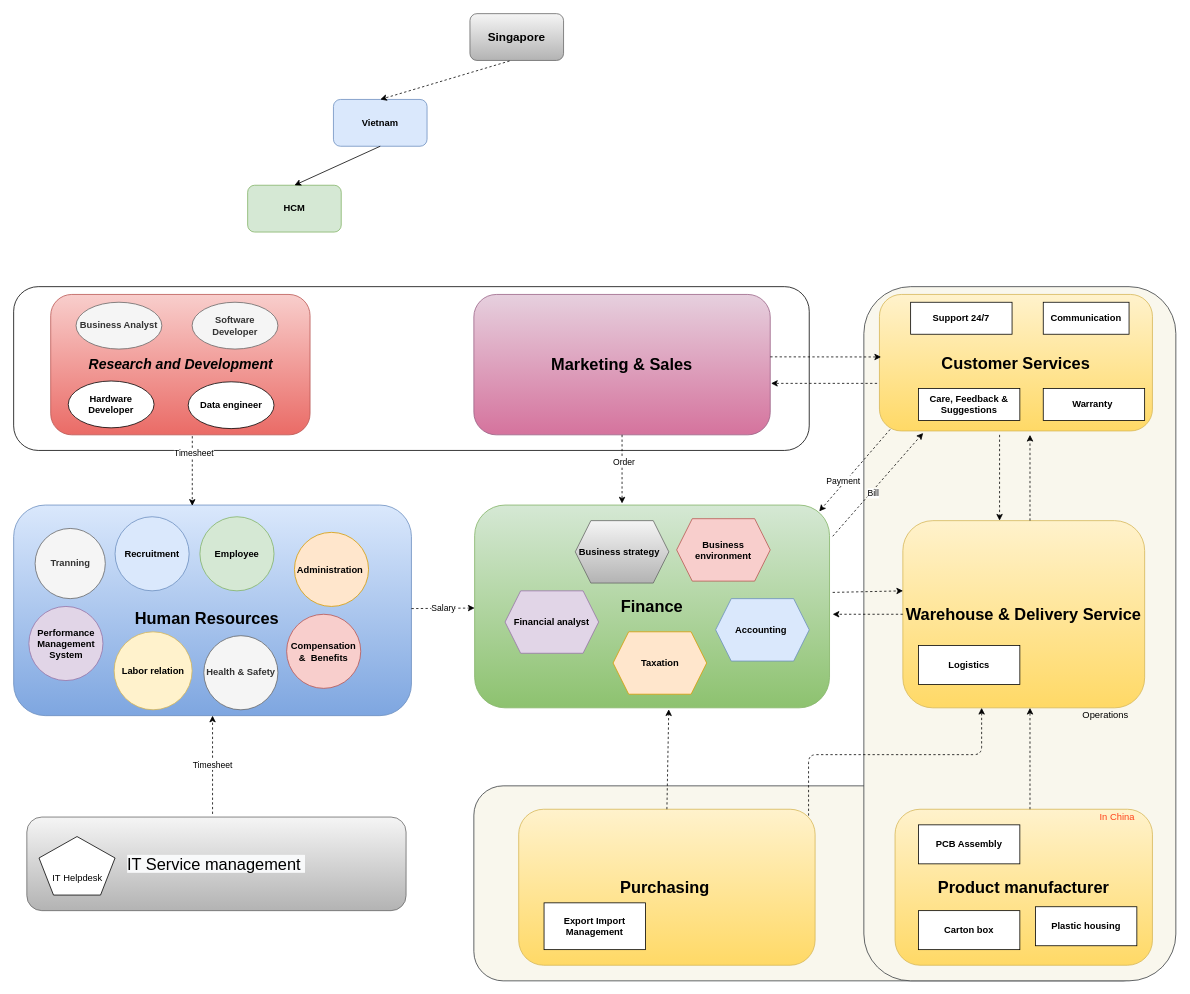
Before: page "Org_Chart" (1 of 11) of 04_docs/Department_Organizational_chart.drawio in letrthong/business, a draw.io diagram. Source tidied: cells renumbered, new cells numbered last; positions are measured from the earlier drawing's top-left corner, leaving out a move shared by most shapes. Both pictures are drawn from the tidied source at 78%, with x=0, y=0 at pixel (13, 13).
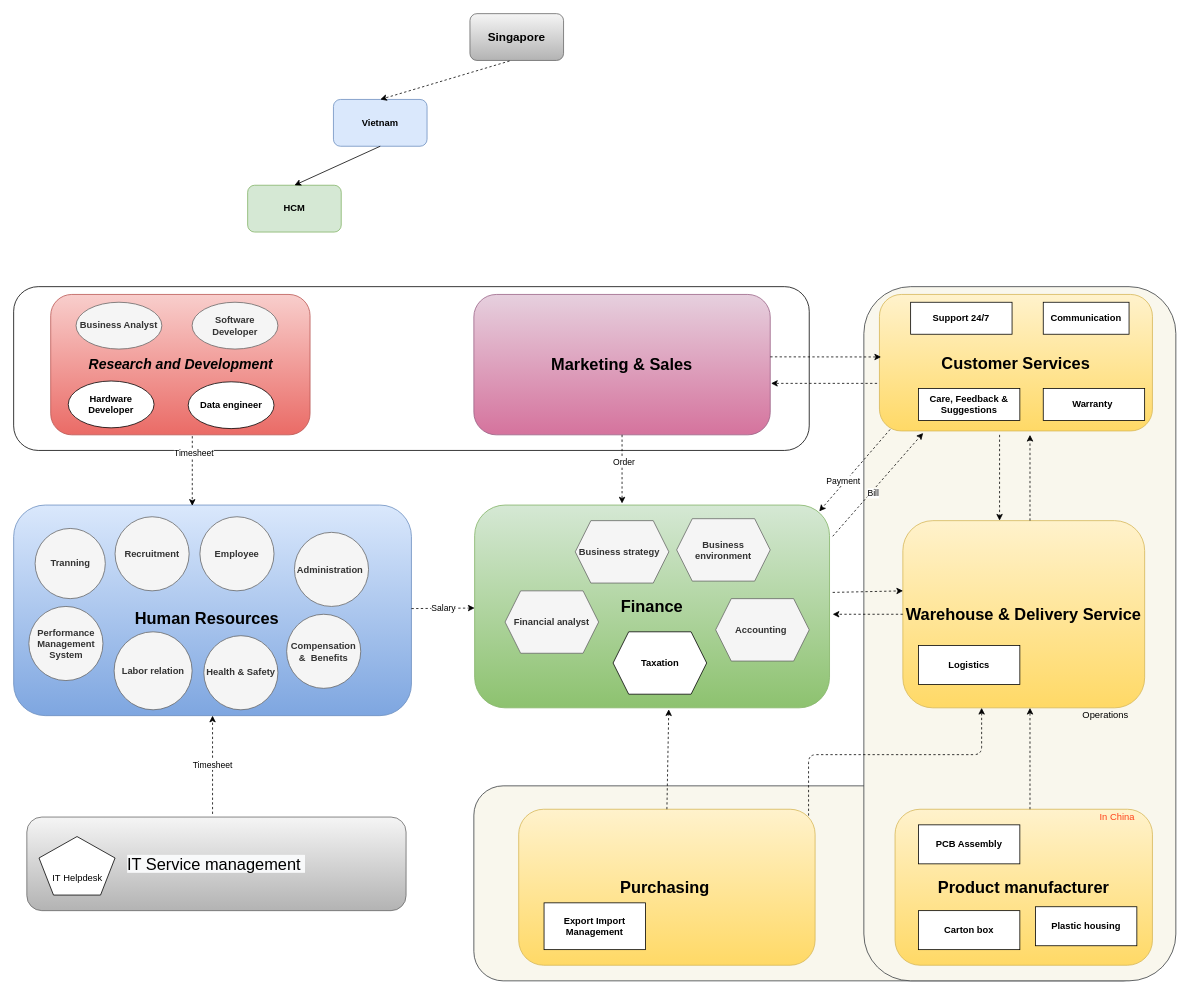
The same page after the edit.

Change to the diagram source:
```diff
@@
-    <mxCell id="18" value="&lt;span&gt;&lt;b&gt;Recruitment&lt;/b&gt;&lt;/span&gt;" style="ellipse;whiteSpace=wrap;html=1;fillColor=#dae8fc;strokeColor=#6c8ebf;" parent="1" vertex="1">
+    <mxCell id="18" value="&lt;span&gt;&lt;b&gt;Recruitment&lt;/b&gt;&lt;/span&gt;" style="ellipse;whiteSpace=wrap;html=1;fillColor=#f5f5f5;strokeColor=#666666;fontColor=#333333;" parent="1" vertex="1">
       <mxGeometry x="130" y="645" width="95" height="95" as="geometry" />
     </mxCell>
@@
-    <mxCell id="20" value="&lt;b&gt;Performance Management System&lt;/b&gt;" style="ellipse;whiteSpace=wrap;html=1;fillColor=#e1d5e7;strokeColor=#9673a6;" parent="1" vertex="1">
+    <mxCell id="20" value="&lt;b&gt;Performance Management System&lt;/b&gt;" style="ellipse;whiteSpace=wrap;html=1;fillColor=#f5f5f5;strokeColor=#666666;fontColor=#333333;" parent="1" vertex="1">
       <mxGeometry x="19.5" y="760" width="95" height="95" as="geometry" />
     </mxCell>
-    <mxCell id="21" value="&lt;b&gt;Labor relation&lt;/b&gt;" style="ellipse;whiteSpace=wrap;html=1;fillColor=#fff2cc;strokeColor=#d6b656;" parent="1" vertex="1">
+    <mxCell id="21" value="&lt;b&gt;Labor relation&lt;/b&gt;" style="ellipse;whiteSpace=wrap;html=1;fillColor=#f5f5f5;strokeColor=#666666;fontColor=#333333;" parent="1" vertex="1">
       <mxGeometry x="128.8" y="792.5" width="100" height="100" as="geometry" />
     </mxCell>
-    <mxCell id="22" value="&lt;b&gt;Administration&amp;nbsp;&lt;/b&gt;" style="ellipse;whiteSpace=wrap;html=1;fillColor=#ffe6cc;strokeColor=#d79b00;" parent="1" vertex="1">
+    <mxCell id="22" value="&lt;b&gt;Administration&amp;nbsp;&lt;/b&gt;" style="ellipse;whiteSpace=wrap;html=1;fillColor=#f5f5f5;strokeColor=#666666;fontColor=#333333;" parent="1" vertex="1">
       <mxGeometry x="360" y="665" width="95" height="95" as="geometry" />
     </mxCell>
@@
-    <mxCell id="47" value="&lt;span&gt;&lt;b&gt;Accounting&amp;nbsp;&lt;/b&gt;&lt;/span&gt;" style="shape=hexagon;perimeter=hexagonPerimeter2;whiteSpace=wrap;html=1;fixedSize=1;fillColor=#dae8fc;strokeColor=#6c8ebf;" parent="1" vertex="1">
+    <mxCell id="47" value="&lt;span&gt;&lt;b&gt;Accounting&amp;nbsp;&lt;/b&gt;&lt;/span&gt;" style="shape=hexagon;perimeter=hexagonPerimeter2;whiteSpace=wrap;html=1;fixedSize=1;fillColor=#f5f5f5;strokeColor=#666666;fontColor=#333333;" parent="1" vertex="1">
       <mxGeometry x="900" y="750" width="120" height="80" as="geometry" />
     </mxCell>
-    <mxCell id="48" value="&lt;span&gt;&lt;b&gt;Taxation&lt;/b&gt;&lt;/span&gt;" style="shape=hexagon;perimeter=hexagonPerimeter2;whiteSpace=wrap;html=1;fixedSize=1;fillColor=#ffe6cc;strokeColor=#d79b00;" parent="1" vertex="1">
+    <mxCell id="48" value="&lt;span&gt;&lt;b&gt;Taxation&lt;/b&gt;&lt;/span&gt;" style="shape=hexagon;perimeter=hexagonPerimeter2;whiteSpace=wrap;html=1;fixedSize=1;" parent="1" vertex="1">
       <mxGeometry x="768.5" y="792.5" width="120" height="80" as="geometry" />
     </mxCell>
-    <mxCell id="49" value="&lt;b&gt;Financial analyst&lt;/b&gt;" style="shape=hexagon;perimeter=hexagonPerimeter2;whiteSpace=wrap;html=1;fixedSize=1;fillColor=#e1d5e7;strokeColor=#9673a6;" parent="1" vertex="1">
+    <mxCell id="49" value="&lt;b&gt;Financial analyst&lt;/b&gt;" style="shape=hexagon;perimeter=hexagonPerimeter2;whiteSpace=wrap;html=1;fixedSize=1;fillColor=#f5f5f5;strokeColor=#666666;fontColor=#333333;" parent="1" vertex="1">
       <mxGeometry x="630" y="740" width="120" height="80" as="geometry" />
     </mxCell>
-    <mxCell id="50" value="&lt;span&gt;&lt;b&gt;Business environment&lt;/b&gt;&lt;/span&gt;" style="shape=hexagon;perimeter=hexagonPerimeter2;whiteSpace=wrap;html=1;fixedSize=1;fillColor=#f8cecc;strokeColor=#b85450;" parent="1" vertex="1">
+    <mxCell id="50" value="&lt;span&gt;&lt;b&gt;Business environment&lt;/b&gt;&lt;/span&gt;" style="shape=hexagon;perimeter=hexagonPerimeter2;whiteSpace=wrap;html=1;fixedSize=1;fillColor=#f5f5f5;strokeColor=#666666;fontColor=#333333;" parent="1" vertex="1">
       <mxGeometry x="850" y="647.5" width="120" height="80" as="geometry" />
     </mxCell>
@@
-    <mxCell id="55" value="&lt;b&gt;Business strategy&amp;nbsp;&amp;nbsp;&lt;/b&gt;" style="shape=hexagon;perimeter=hexagonPerimeter2;whiteSpace=wrap;html=1;fixedSize=1;fillColor=#f5f5f5;strokeColor=#666666;gradientColor=#b3b3b3;" parent="1" vertex="1">
+    <mxCell id="55" value="&lt;b&gt;Business strategy&amp;nbsp;&amp;nbsp;&lt;/b&gt;" style="shape=hexagon;perimeter=hexagonPerimeter2;whiteSpace=wrap;html=1;fixedSize=1;fillColor=#f5f5f5;strokeColor=#666666;fontColor=#333333;" parent="1" vertex="1">
       <mxGeometry x="720" y="650" width="120" height="80" as="geometry" />
     </mxCell>
@@
-    <mxCell id="66" value="&lt;b&gt;Compensation &amp;amp;&amp;nbsp; Benefits&lt;/b&gt;" style="ellipse;whiteSpace=wrap;html=1;fillColor=#f8cecc;strokeColor=#b85450;" parent="1" vertex="1">
+    <mxCell id="66" value="&lt;b&gt;Compensation &amp;amp;&amp;nbsp; Benefits&lt;/b&gt;" style="ellipse;whiteSpace=wrap;html=1;fillColor=#f5f5f5;strokeColor=#666666;fontColor=#333333;" parent="1" vertex="1">
       <mxGeometry x="350" y="770" width="95" height="95" as="geometry" />
     </mxCell>
-    <mxCell id="67" value="&lt;b&gt;Employee&lt;/b&gt;" style="ellipse;whiteSpace=wrap;html=1;fillColor=#d5e8d4;strokeColor=#82b366;" parent="1" vertex="1">
+    <mxCell id="67" value="&lt;b&gt;Employee&lt;/b&gt;" style="ellipse;whiteSpace=wrap;html=1;fillColor=#f5f5f5;strokeColor=#666666;fontColor=#333333;" parent="1" vertex="1">
       <mxGeometry x="238.8" y="645" width="95" height="95" as="geometry" />
     </mxCell>
```
